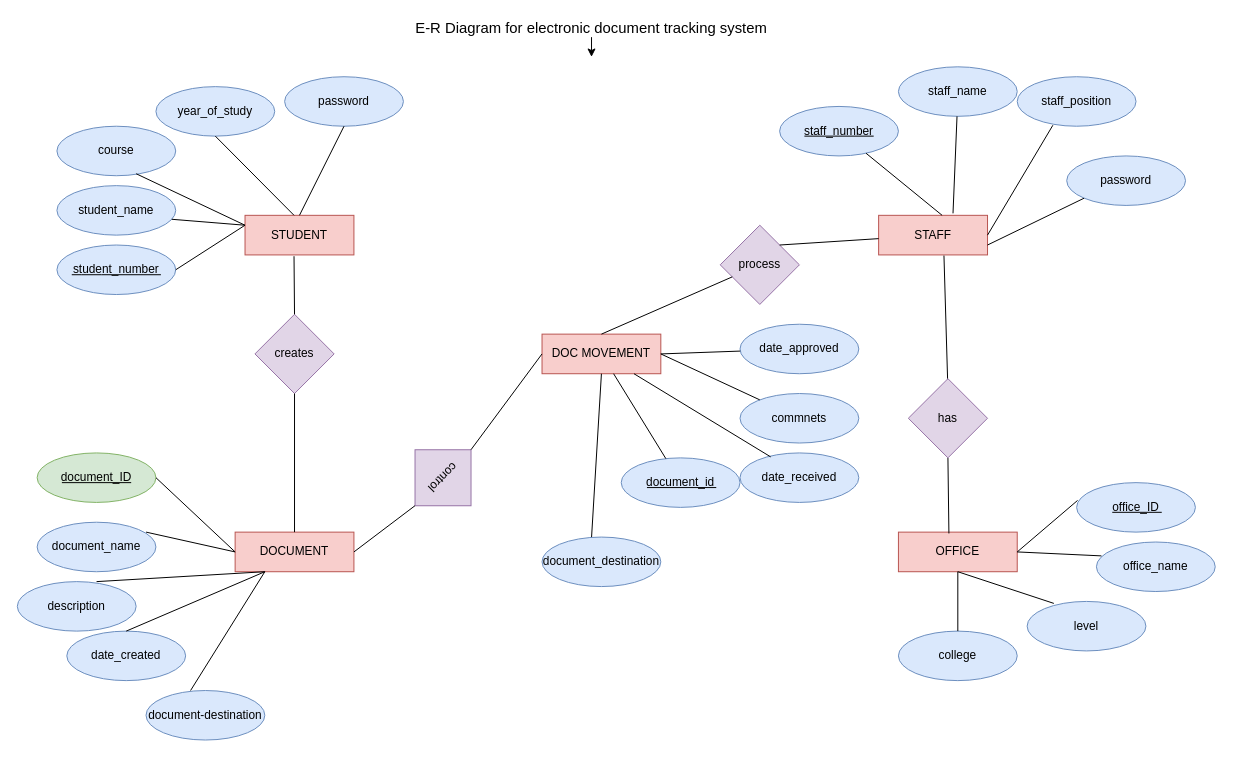
Before: Untitled Diagram.drawio in kiwele/hello-world, a draw.io diagram. Source tidied: cells renumbered, new cells numbered last; positions are measured from the earlier drawing's top-left corner, leaving out a move shared by most shapes. Both pictures are drawn from the tidied source at 99%, with x=0, y=0 at pixel (17, 17).
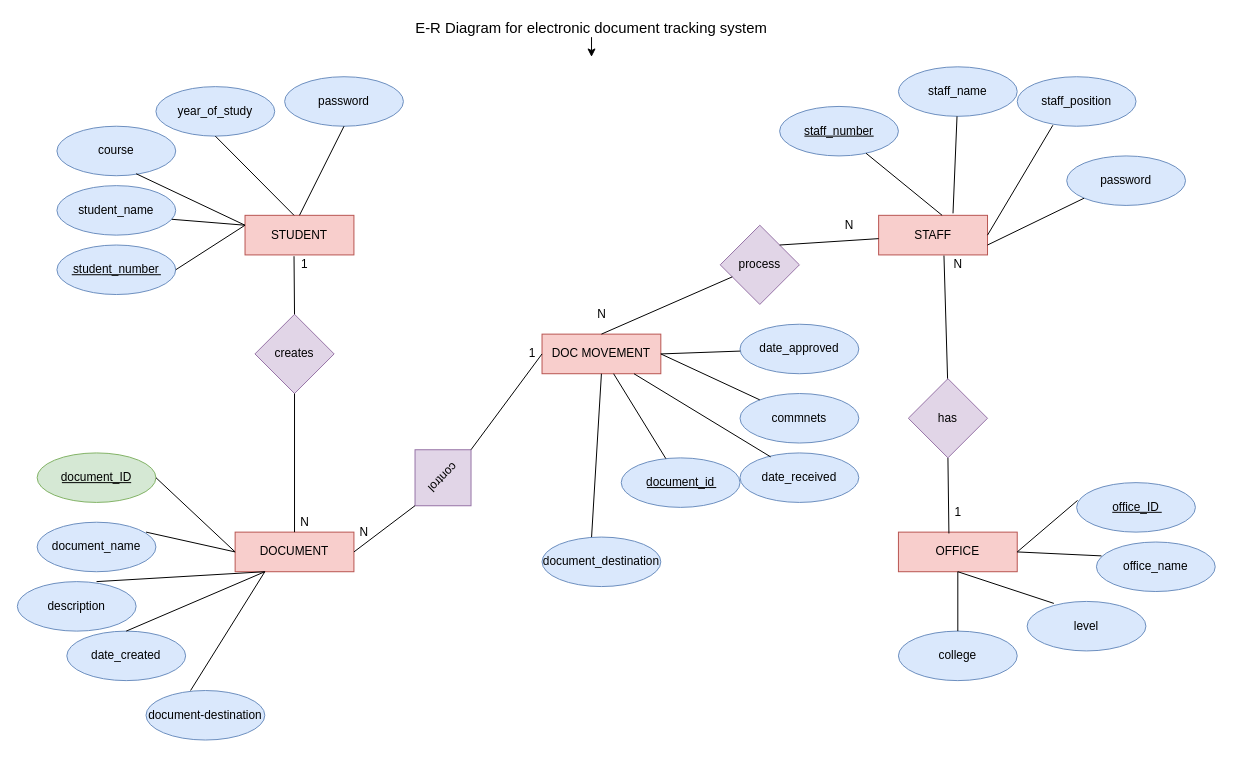
The same diagram, later.

Commit message:
e-DTS E-R Diagram

What changed in the source:
```diff
@@
+    <mxCell id="72" value="1" style="text;html=1;align=center;verticalAlign=middle;" parent="1" vertex="1">
+      <mxGeometry x="280" y="240" width="20" height="20" as="geometry" />
+    </mxCell>
+    <mxCell id="73" value="N" style="text;html=1;align=center;verticalAlign=middle;" parent="1" vertex="1">
+      <mxGeometry x="280" y="500" width="20" height="20" as="geometry" />
+    </mxCell>
+    <mxCell id="74" value="1" style="text;html=1;align=center;verticalAlign=middle;" parent="1" vertex="1">
+      <mxGeometry x="940" y="490" width="20" height="20" as="geometry" />
+    </mxCell>
+    <mxCell id="75" value="N" style="text;html=1;align=center;verticalAlign=middle;" parent="1" vertex="1">
+      <mxGeometry x="940" y="240" width="20" height="20" as="geometry" />
+    </mxCell>
+    <mxCell id="76" value="N" style="text;html=1;align=center;verticalAlign=middle;" parent="1" vertex="1">
+      <mxGeometry x="340" y="510" width="20" height="20" as="geometry" />
+    </mxCell>
+    <mxCell id="77" value="1" style="text;html=1;align=center;verticalAlign=middle;" parent="1" vertex="1">
+      <mxGeometry x="510" y="330" width="20" height="20" as="geometry" />
+    </mxCell>
+    <mxCell id="78" value="N" style="text;html=1;align=center;verticalAlign=middle;" parent="1" vertex="1">
+      <mxGeometry x="580" y="290" width="20" height="20" as="geometry" />
+    </mxCell>
+    <mxCell id="79" value="N" style="text;html=1;align=center;verticalAlign=middle;" parent="1" vertex="1">
+      <mxGeometry x="830" y="200" width="20" height="20" as="geometry" />
+    </mxCell>
```
